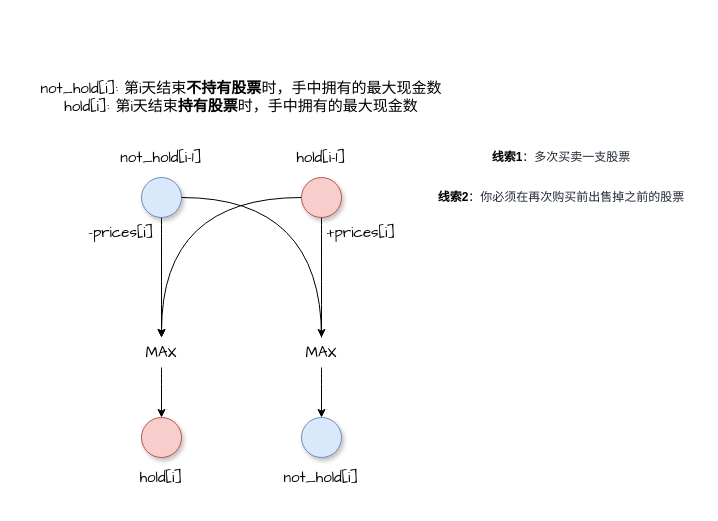
This is draw.io/买卖股票的最佳时机II.drawio from goldknife6/algorithm, a draw.io file, before an edit. Source tidied: cells renumbered, new cells numbered last; positions are measured from the earlier drawing's top-left corner, leaving out a move shared by most shapes. Both pictures are drawn from the tidied source at 100%, with x=0, y=0 at pixel (21, 57).
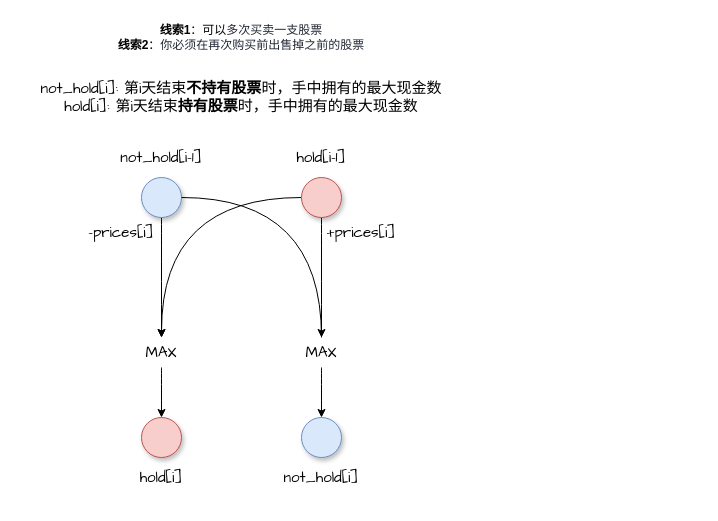
The same page after the edit.

Commit message (it also covers changes not shown here):
更新买卖股票的最佳时机II.drawio

Change to the diagram source:
```diff
@@
-    <mxCell id="21" value="&lt;font style=&quot;font-size: 12px&quot;&gt;&lt;b&gt;线索1&lt;/b&gt;：&lt;span style=&quot;color: rgb(33 , 40 , 53) ; background-color: rgb(255 , 255 , 255)&quot;&gt;多次买卖一支股票&lt;/span&gt;&lt;/font&gt;" style="text;html=1;strokeColor=none;fillColor=none;align=center;verticalAlign=middle;whiteSpace=wrap;rounded=0;" parent="1" vertex="1">
-      <mxGeometry x="440" y="80" width="200" height="40" as="geometry" />
-    </mxCell>
-    <mxCell id="22" value="&lt;font style=&quot;font-size: 12px&quot;&gt;&lt;b&gt;线索2&lt;/b&gt;：&lt;span style=&quot;color: rgb(33 , 40 , 53) ; background-color: rgb(255 , 255 , 255)&quot;&gt;你必须在再次购买前出售掉之前的股票&lt;/span&gt;&lt;/font&gt;" style="text;html=1;strokeColor=none;fillColor=none;align=center;verticalAlign=middle;whiteSpace=wrap;rounded=0;" parent="1" vertex="1">
-      <mxGeometry x="400" y="120" width="280" height="40" as="geometry" />
+    <mxCell id="22" value="&lt;font style=&quot;font-size: 12px&quot;&gt;&lt;b&gt;线索1&lt;/b&gt;：可以&lt;span style=&quot;color: rgb(33 , 40 , 53) ; background-color: rgb(255 , 255 , 255)&quot;&gt;多次买卖一支股票&lt;/span&gt;&lt;b&gt;&lt;br&gt;线索2&lt;/b&gt;：&lt;span style=&quot;color: rgb(33 , 40 , 53) ; background-color: rgb(255 , 255 , 255)&quot;&gt;你必须在再次购买前出售掉之前的股票&lt;/span&gt;&lt;/font&gt;" style="text;html=1;strokeColor=none;fillColor=none;align=center;verticalAlign=middle;whiteSpace=wrap;rounded=0;" parent="1" vertex="1">
+      <mxGeometry x="80" y="-40" width="280" height="40" as="geometry" />
     </mxCell>
```
